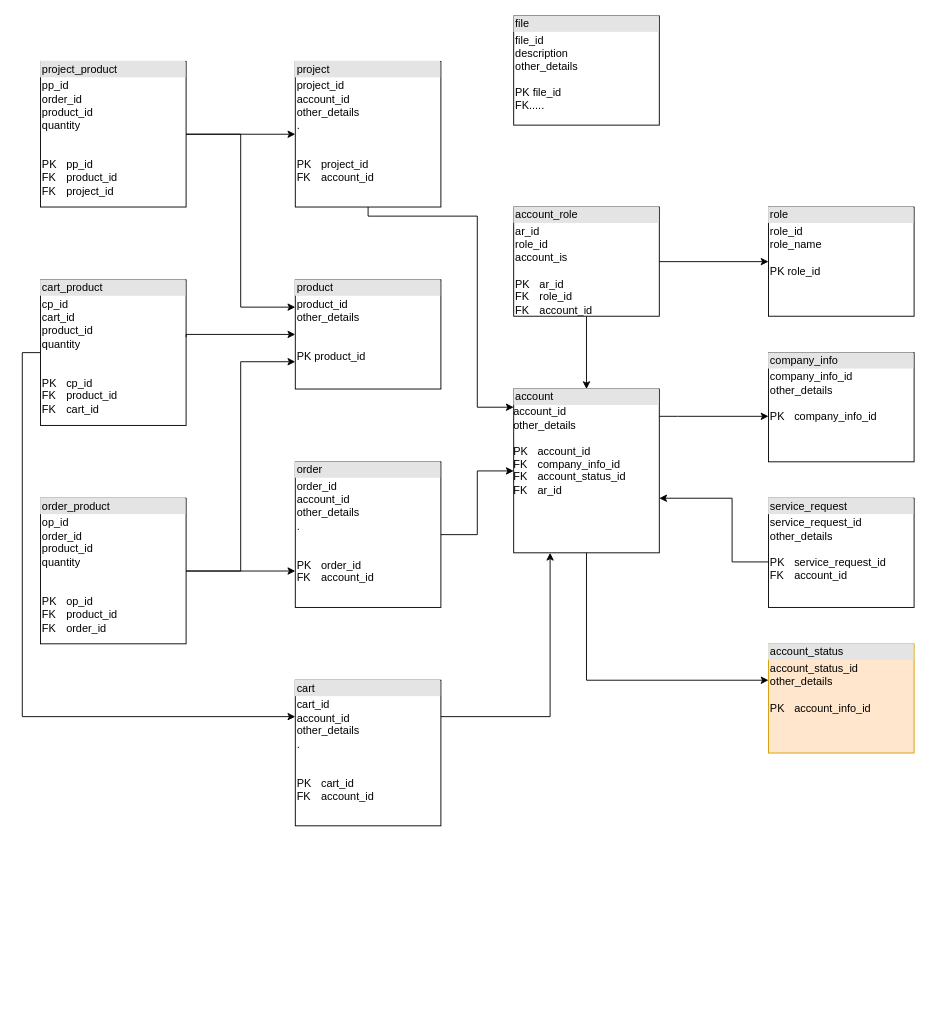
Earlier version of the draw.io diagram Диаграмма без названия.drawio (zanchess/design-patterns). Source tidied: cells renumbered, new cells numbered last; positions are measured from the earlier drawing's top-left corner, leaving out a move shared by most shapes. Both pictures are drawn from the tidied source at 91%, with x=0, y=0 at pixel (22, 15).
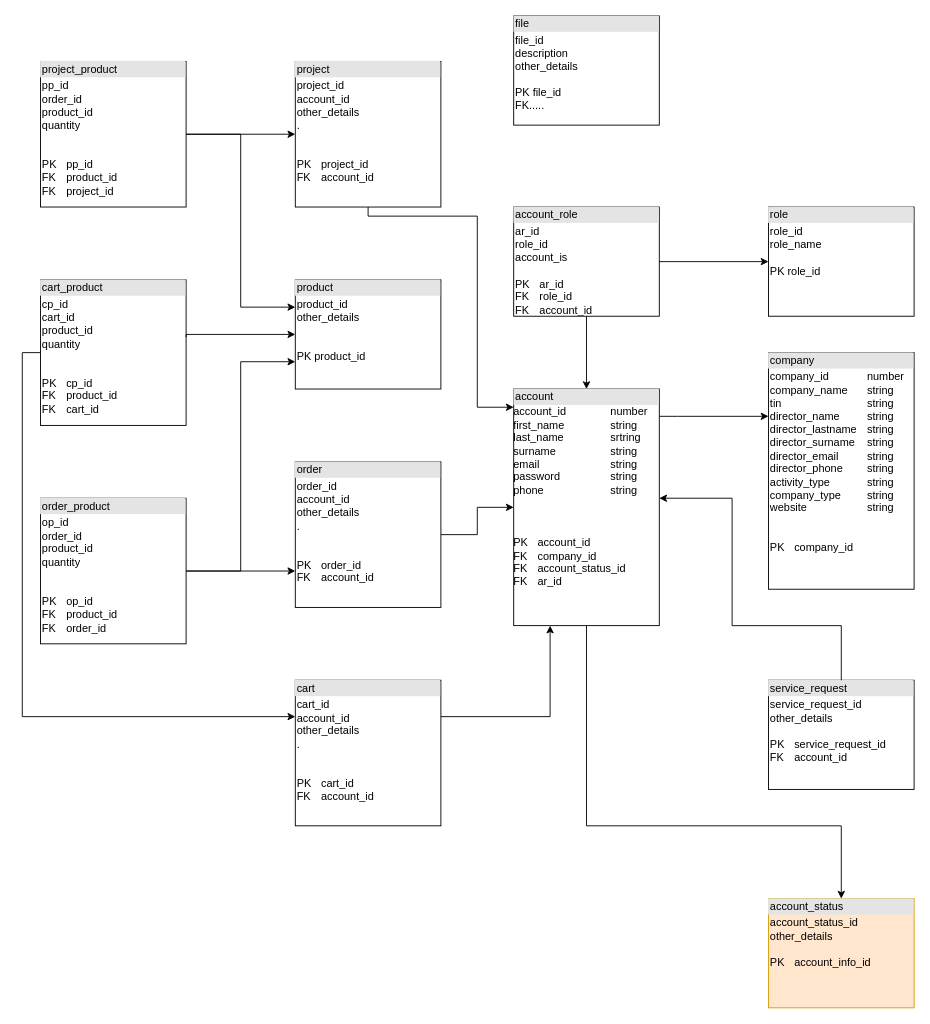
The same diagram, later.

What changed in the source:
```diff
@@
-    <mxCell id="2" value="&lt;div style=&quot;box-sizing:border-box;width:100%;background:#e4e4e4;padding:2px;&quot;&gt;account&lt;/div&gt;&lt;div&gt;account_id&lt;/div&gt;&lt;div&gt;other_details&lt;/div&gt;&lt;div&gt;&lt;br&gt;&lt;/div&gt;PK&lt;span style=&quot;white-space: pre;&quot;&gt;&#9;&lt;/span&gt;account_id&lt;div&gt;FK&lt;span style=&quot;white-space: pre;&quot;&gt;&#9;&lt;/span&gt;company_info_id&lt;/div&gt;&lt;div&gt;FK&lt;span style=&quot;white-space: pre;&quot;&gt;&#9;&lt;/span&gt;account_status_id&lt;/div&gt;&lt;div&gt;FK&lt;span style=&quot;white-space: pre;&quot;&gt;&#9;&lt;/span&gt;ar_id&lt;br&gt;&lt;div&gt;&lt;table style=&quot;width:100%;font-size:1em;&quot; cellpadding=&quot;2&quot; cellspacing=&quot;0&quot;&gt;&lt;tbody&gt;&lt;/tbody&gt;&lt;/table&gt;&lt;/div&gt;&lt;/div&gt;" style="verticalAlign=top;align=left;overflow=fill;html=1;whiteSpace=wrap;" parent="1" vertex="1">
-      <mxGeometry x="540" y="410" width="160" height="180" as="geometry" />
+    <mxCell id="2" value="&lt;div style=&quot;box-sizing:border-box;width:100%;background:#e4e4e4;padding:2px;&quot;&gt;account&lt;/div&gt;&lt;div&gt;account_id&lt;span style=&quot;white-space: pre;&quot;&gt;&#9;&lt;/span&gt;&lt;span style=&quot;white-space: pre;&quot;&gt;&#9;&lt;/span&gt;number&lt;/div&gt;&lt;div&gt;first_name&lt;span style=&quot;white-space: pre;&quot;&gt;&#9;&lt;/span&gt;&lt;span style=&quot;white-space: pre;&quot;&gt;&#9;&lt;/span&gt;string&lt;/div&gt;&lt;div&gt;last_name&lt;span style=&quot;white-space: pre;&quot;&gt;&#9;&lt;/span&gt;&lt;span style=&quot;white-space: pre;&quot;&gt;&#9;&lt;/span&gt;srtring&lt;/div&gt;&lt;div&gt;surname&lt;span style=&quot;white-space: pre;&quot;&gt;&#9;&lt;/span&gt;&lt;span style=&quot;white-space: pre;&quot;&gt;&#9;&lt;/span&gt;&lt;span style=&quot;white-space: pre;&quot;&gt;&#9;&lt;/span&gt;string&lt;/div&gt;&lt;div&gt;email&lt;span style=&quot;white-space: pre;&quot;&gt;&#9;&lt;/span&gt;&lt;span style=&quot;white-space: pre;&quot;&gt;&#9;&lt;/span&gt;&lt;span style=&quot;white-space: pre;&quot;&gt;&#9;&lt;/span&gt;string&lt;/div&gt;&lt;div&gt;password&lt;span style=&quot;white-space: pre;&quot;&gt;&#9;&lt;/span&gt;&lt;span style=&quot;white-space: pre;&quot;&gt;&#9;&lt;/span&gt;&lt;span style=&quot;white-space: pre;&quot;&gt;&#9;&lt;/span&gt;string&lt;/div&gt;&lt;div&gt;phone&lt;span style=&quot;white-space: pre;&quot;&gt;&#9;&lt;/span&gt;&lt;span style=&quot;white-space: pre;&quot;&gt;&#9;&lt;/span&gt;&lt;span style=&quot;white-space: pre;&quot;&gt;&#9;&lt;/span&gt;string&lt;/div&gt;&lt;div&gt;&lt;br&gt;&lt;/div&gt;&lt;div&gt;&lt;br&gt;&lt;/div&gt;&lt;div&gt;&lt;br&gt;&lt;/div&gt;PK&lt;span style=&quot;white-space: pre;&quot;&gt;&#9;&lt;/span&gt;account_id&lt;div&gt;FK&lt;span style=&quot;white-space: pre;&quot;&gt;&#9;&lt;/span&gt;company_id&lt;/div&gt;&lt;div&gt;FK&lt;span style=&quot;white-space: pre;&quot;&gt;&#9;&lt;/span&gt;account_status_id&lt;/div&gt;&lt;div&gt;FK&lt;span style=&quot;white-space: pre;&quot;&gt;&#9;&lt;/span&gt;ar_id&lt;br&gt;&lt;div&gt;&lt;table style=&quot;width:100%;font-size:1em;&quot; cellpadding=&quot;2&quot; cellspacing=&quot;0&quot;&gt;&lt;tbody&gt;&lt;/tbody&gt;&lt;/table&gt;&lt;/div&gt;&lt;/div&gt;" style="verticalAlign=top;align=left;overflow=fill;html=1;whiteSpace=wrap;" parent="1" vertex="1">
+      <mxGeometry x="540" y="410" width="160" height="260" as="geometry" />
     </mxCell>
-    <mxCell id="3" value="&lt;div style=&quot;box-sizing:border-box;width:100%;background:#e4e4e4;padding:2px;&quot;&gt;company_info&lt;/div&gt;&lt;table style=&quot;width:100%;font-size:1em;&quot; cellpadding=&quot;2&quot; cellspacing=&quot;0&quot;&gt;&lt;tbody&gt;&lt;tr&gt;&lt;td&gt;&lt;div&gt;company_info_id&lt;/div&gt;&lt;div&gt;other_details&lt;/div&gt;&lt;div&gt;&lt;br&gt;&lt;/div&gt;PK&lt;span style=&quot;white-space: pre;&quot;&gt;&#9;&lt;/span&gt;company_info_id&lt;/td&gt;&lt;td&gt;&lt;/td&gt;&lt;/tr&gt;&lt;tr&gt;&lt;td&gt;&lt;/td&gt;&lt;td&gt;&lt;br&gt;&lt;/td&gt;&lt;/tr&gt;&lt;/tbody&gt;&lt;/table&gt;" style="verticalAlign=top;align=left;overflow=fill;html=1;whiteSpace=wrap;" parent="1" vertex="1">
-      <mxGeometry x="820" y="370" width="160" height="120" as="geometry" />
+    <mxCell id="3" value="&lt;div style=&quot;box-sizing:border-box;width:100%;background:#e4e4e4;padding:2px;&quot;&gt;company&lt;/div&gt;&lt;table style=&quot;width:100%;font-size:1em;&quot; cellpadding=&quot;2&quot; cellspacing=&quot;0&quot;&gt;&lt;tbody&gt;&lt;tr&gt;&lt;td&gt;&lt;div&gt;company_id&lt;span style=&quot;white-space: pre;&quot;&gt;&#9;&lt;/span&gt;&lt;span style=&quot;white-space: pre;&quot;&gt;&#9;&lt;/span&gt;number&lt;/div&gt;&lt;div&gt;company_name&lt;span style=&quot;white-space: pre;&quot;&gt;&#9;&lt;/span&gt;string&lt;/div&gt;&lt;div&gt;tin&lt;span style=&quot;white-space: pre;&quot;&gt;&#9;&lt;/span&gt;&lt;span style=&quot;white-space: pre;&quot;&gt;&#9;&lt;/span&gt;&lt;span style=&quot;white-space: pre;&quot;&gt;&#9;&lt;/span&gt;&lt;span style=&quot;white-space: pre;&quot;&gt;&#9;&lt;/span&gt;string&lt;/div&gt;&lt;div&gt;director_name&lt;span style=&quot;white-space: pre;&quot;&gt;&#9;&lt;/span&gt;&lt;span style=&quot;white-space: pre;&quot;&gt;&#9;&lt;/span&gt;string&lt;/div&gt;&lt;div&gt;director_lastname&lt;span style=&quot;white-space: pre;&quot;&gt;&#9;&lt;/span&gt;string&lt;/div&gt;&lt;div&gt;director_surname&lt;span style=&quot;white-space: pre;&quot;&gt;&#9;&lt;/span&gt;string&lt;/div&gt;&lt;div&gt;director_email&lt;span style=&quot;white-space: pre;&quot;&gt;&#9;&lt;/span&gt;&lt;span style=&quot;white-space: pre;&quot;&gt;&#9;&lt;/span&gt;string&lt;/div&gt;&lt;div&gt;director_phone&lt;span style=&quot;white-space: pre;&quot;&gt;&#9;&lt;/span&gt;string&lt;/div&gt;&lt;div&gt;activity_type&lt;span style=&quot;white-space: pre;&quot;&gt;&#9;&lt;/span&gt;&lt;span style=&quot;white-space: pre;&quot;&gt;&#9;&lt;/span&gt;string&lt;/div&gt;&lt;div&gt;company_type&lt;span style=&quot;white-space: pre;&quot;&gt;&#9;&lt;/span&gt;&lt;span style=&quot;white-space: pre;&quot;&gt;&#9;&lt;/span&gt;string&lt;/div&gt;&lt;div&gt;website&lt;span style=&quot;white-space: pre;&quot;&gt;&#9;&lt;/span&gt;&lt;span style=&quot;white-space: pre;&quot;&gt;&#9;&lt;/span&gt;&lt;span style=&quot;white-space: pre;&quot;&gt;&#9;&lt;/span&gt;string&lt;/div&gt;&lt;div&gt;&lt;br&gt;&lt;/div&gt;&lt;div&gt;&lt;br&gt;&lt;/div&gt;PK&lt;span style=&quot;white-space: pre;&quot;&gt;&#9;&lt;/span&gt;company_id&lt;br&gt;&lt;br&gt;&lt;/td&gt;&lt;td&gt;&lt;/td&gt;&lt;/tr&gt;&lt;tr&gt;&lt;td&gt;&lt;/td&gt;&lt;td&gt;&lt;br&gt;&lt;/td&gt;&lt;/tr&gt;&lt;/tbody&gt;&lt;/table&gt;" style="verticalAlign=top;align=left;overflow=fill;html=1;whiteSpace=wrap;" parent="1" vertex="1">
+      <mxGeometry x="820" y="370" width="160" height="260" as="geometry" />
     </mxCell>
@@
     <mxCell id="26" value="&lt;div style=&quot;box-sizing:border-box;width:100%;background:#e4e4e4;padding:2px;&quot;&gt;account_status&lt;/div&gt;&lt;table style=&quot;width:100%;font-size:1em;&quot; cellpadding=&quot;2&quot; cellspacing=&quot;0&quot;&gt;&lt;tbody&gt;&lt;tr&gt;&lt;td&gt;&lt;div&gt;account_status_id&lt;/div&gt;&lt;div&gt;other_details&lt;/div&gt;&lt;div&gt;&lt;br&gt;&lt;/div&gt;PK&lt;span style=&quot;white-space: pre;&quot;&gt;&#9;&lt;/span&gt;account_info_id&lt;/td&gt;&lt;td&gt;&lt;/td&gt;&lt;/tr&gt;&lt;tr&gt;&lt;td&gt;&lt;/td&gt;&lt;td&gt;&lt;br&gt;&lt;/td&gt;&lt;/tr&gt;&lt;/tbody&gt;&lt;/table&gt;" style="verticalAlign=top;align=left;overflow=fill;html=1;whiteSpace=wrap;fillColor=#ffe6cc;strokeColor=#d79b00;" parent="1" vertex="1">
-      <mxGeometry x="820" y="690" width="160" height="120" as="geometry" />
+      <mxGeometry x="820" y="970" width="160" height="120" as="geometry" />
     </mxCell>
     <mxCell id="27" style="edgeStyle=orthogonalEdgeStyle;rounded=0;jettySize=auto;html=1;" parent="1" edge="1" source="2" target="26">
       <mxGeometry relative="1" as="geometry">
         <Array as="points">
-          <mxPoint x="620" y="730" />
+          <mxPoint x="620" y="890" />
+          <mxPoint x="900" y="890" />
         </Array>
       </mxGeometry>
     </mxCell>
     <mxCell id="28" value="&lt;div style=&quot;box-sizing:border-box;width:100%;background:#e4e4e4;padding:2px;&quot;&gt;service_request&lt;/div&gt;&lt;table style=&quot;width:100%;font-size:1em;&quot; cellpadding=&quot;2&quot; cellspacing=&quot;0&quot;&gt;&lt;tbody&gt;&lt;tr&gt;&lt;td&gt;&lt;div&gt;service_request_id&lt;/div&gt;&lt;div&gt;other_details&lt;/div&gt;&lt;div&gt;&lt;br&gt;&lt;/div&gt;PK&lt;span style=&quot;white-space: pre;&quot;&gt;&#9;&lt;/span&gt;service_request_id&lt;br&gt;FK&lt;span style=&quot;white-space: pre;&quot;&gt;&#9;&lt;/span&gt;account_id&lt;/td&gt;&lt;td&gt;&lt;/td&gt;&lt;/tr&gt;&lt;tr&gt;&lt;td&gt;&lt;/td&gt;&lt;td&gt;&lt;br&gt;&lt;/td&gt;&lt;/tr&gt;&lt;/tbody&gt;&lt;/table&gt;" style="verticalAlign=top;align=left;overflow=fill;html=1;whiteSpace=wrap;" parent="1" vertex="1">
-      <mxGeometry x="820" y="530" width="160" height="120" as="geometry" />
+      <mxGeometry x="820" y="730" width="160" height="120" as="geometry" />
     </mxCell>
     <mxCell id="29" style="edgeStyle=orthogonalEdgeStyle;rounded=0;jettySize=auto;html=1;" parent="1" edge="1" source="28" target="2">
       <mxGeometry relative="1" as="geometry">
         <Array as="points">
-          <mxPoint x="780" y="600" />
+          <mxPoint x="900" y="670" />
+          <mxPoint x="780" y="670" />
           <mxPoint x="780" y="530" />
         </Array>
       </mxGeometry>
     </mxCell>
```
